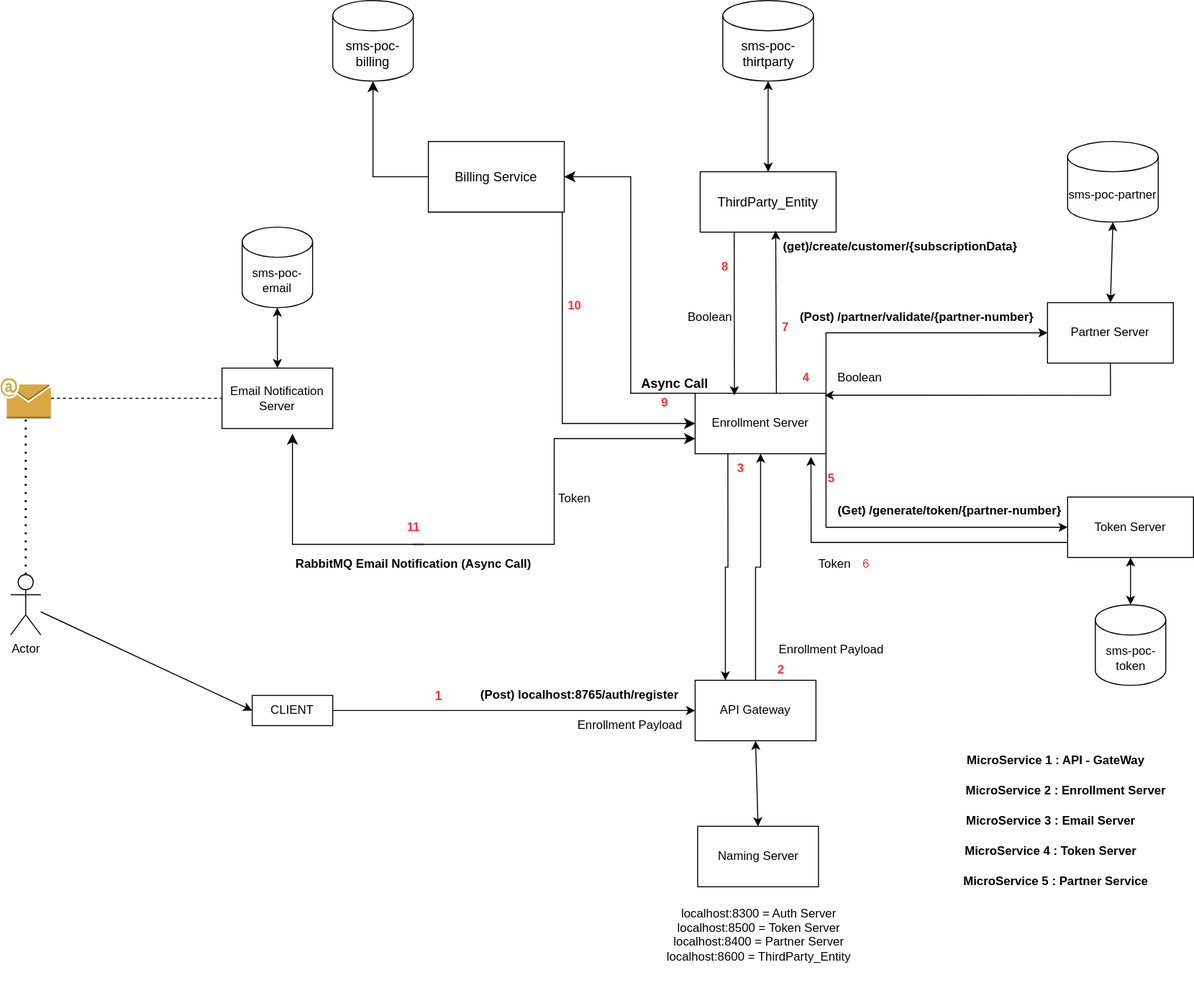
The draw.io diagram api-gateway/src/main/Untitled Diagram.drawio.svg in miit-netweb/SMS-POC-API-Gateway, before a commit. Source tidied: cells renumbered, new cells last; positions are measured from the earlier drawing's top-left corner, leaving out a move shared by most shapes.
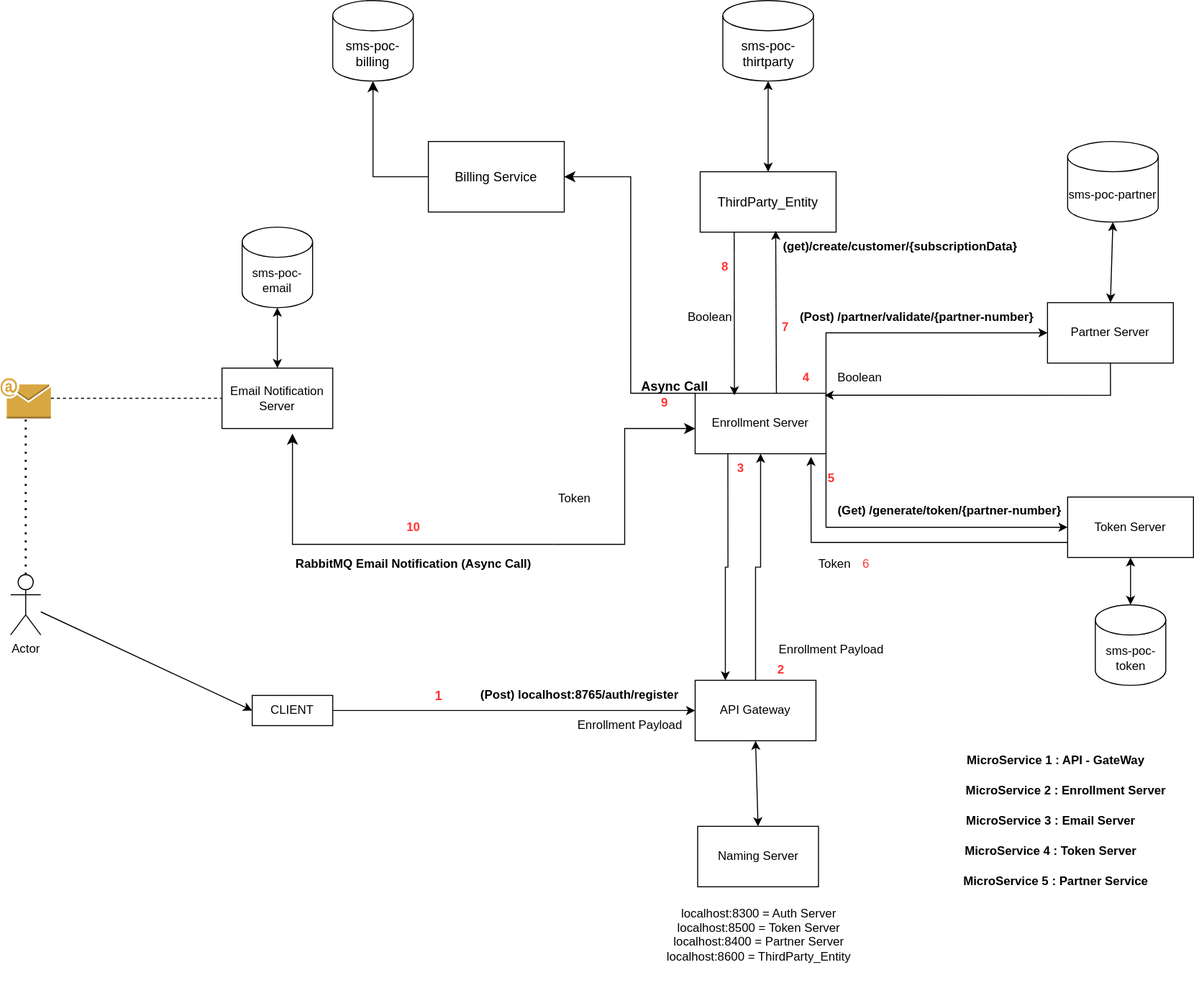
The same diagram one commit later.

Diff of the diagram source:
```diff
@@ -195,28 +195,22 @@
     <mxCell id="62" value="&lt;font style=&quot;font-size: 13px;&quot;&gt;sms-poc-billing&lt;/font&gt;" style="shape=cylinder3;whiteSpace=wrap;html=1;boundedLbl=1;backgroundOutline=1;size=15;" parent="1" vertex="1">
       <mxGeometry x="330" width="80" height="80" as="geometry" />
     </mxCell>
-    <mxCell id="63" style="edgeStyle=elbowEdgeStyle;elbow=horizontal;endArrow=classic;html=1;curved=0;rounded=0;endSize=8;startSize=8;entryX=0;entryY=0.5;entryDx=0;entryDy=0;exitX=0;exitY=1;exitDx=0;exitDy=0;" parent="1" edge="1" source="60" target="7">
-      <mxGeometry relative="1" as="geometry" />
-    </mxCell>
-    <mxCell id="64" value="&lt;b&gt;&lt;font color=&quot;#ff3333&quot;&gt;10&lt;/font&gt;&lt;/b&gt;" style="text;html=1;align=center;verticalAlign=middle;strokeColor=none;fillColor=none;" parent="1" vertex="1">
-      <mxGeometry x="550" y="288" width="40" height="30" as="geometry" />
-    </mxCell>
     <mxCell id="65" value="&lt;b&gt;&lt;font style=&quot;font-size: 13px;&quot;&gt;Async Call&lt;/font&gt;&lt;/b&gt;" style="text;html=1;align=center;verticalAlign=middle;whiteSpace=wrap;rounded=0;rotation=0;" parent="1" vertex="1">
-      <mxGeometry x="620" y="365" width="100" height="30" as="geometry" />
+      <mxGeometry x="620" y="365" width="100" height="35" as="geometry" />
     </mxCell>
     <mxCell id="66" style="edgeStyle=segmentEdgeStyle;endArrow=classic;html=1;curved=0;rounded=0;endSize=8;startSize=8;" parent="1" edge="1">
       <mxGeometry relative="1" as="geometry">
-        <mxPoint x="420" y="540" as="sourcePoint" />
+        <mxPoint x="550" y="540" as="sourcePoint" />
         <mxPoint x="290" y="430" as="targetPoint" />
       </mxGeometry>
     </mxCell>
-    <mxCell id="67" style="edgeStyle=elbowEdgeStyle;elbow=horizontal;endArrow=classic;html=1;curved=0;rounded=0;endSize=8;startSize=8;entryX=0;entryY=0.75;entryDx=0;entryDy=0;" parent="1" edge="1" target="7">
-      <mxGeometry relative="1" as="geometry">
-        <mxPoint x="410" y="540" as="sourcePoint" />
-      </mxGeometry>
-    </mxCell>
-    <mxCell id="68" value="&lt;b&gt;&lt;font color=&quot;#ff3333&quot;&gt;11&lt;/font&gt;&lt;/b&gt;" style="text;html=1;align=center;verticalAlign=middle;strokeColor=none;fillColor=none;" parent="1" vertex="1">
+    <mxCell id="68" value="&lt;b&gt;&lt;font color=&quot;#ff3333&quot;&gt;10&lt;/font&gt;&lt;/b&gt;" style="text;html=1;align=center;verticalAlign=middle;strokeColor=none;fillColor=none;" parent="1" vertex="1">
       <mxGeometry x="390" y="508" width="40" height="30" as="geometry" />
     </mxCell>
+    <mxCell id="69" style="edgeStyle=elbowEdgeStyle;elbow=horizontal;endArrow=classic;html=1;curved=0;rounded=0;endSize=8;startSize=8;entryX=1;entryY=1;entryDx=0;entryDy=0;" parent="1" edge="1" target="59">
+      <mxGeometry relative="1" as="geometry">
+        <mxPoint x="550" y="540" as="sourcePoint" />
+      </mxGeometry>
+    </mxCell>
   </root>
 </mxGraphModel>
```
